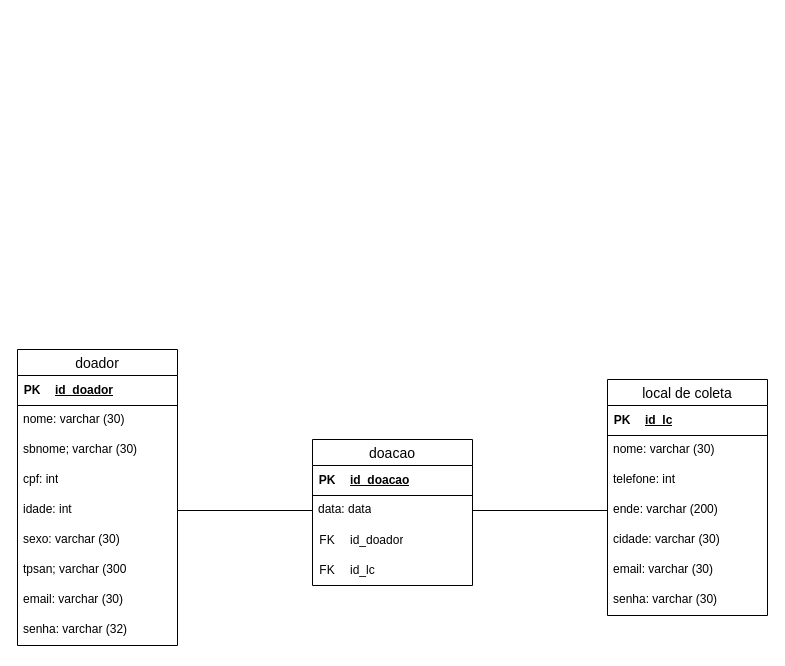
The draw.io diagram Diagrama Lógico.drawio in Aliel101/sistema-doacao-sangue, before the edit. Source tidied: cells renumbered, new cells numbered last; positions are measured from the earlier drawing's top-left corner, leaving out a move shared by most shapes. Both pictures are drawn from the tidied source at 100%, with x=0, y=0 at pixel (17, 349).
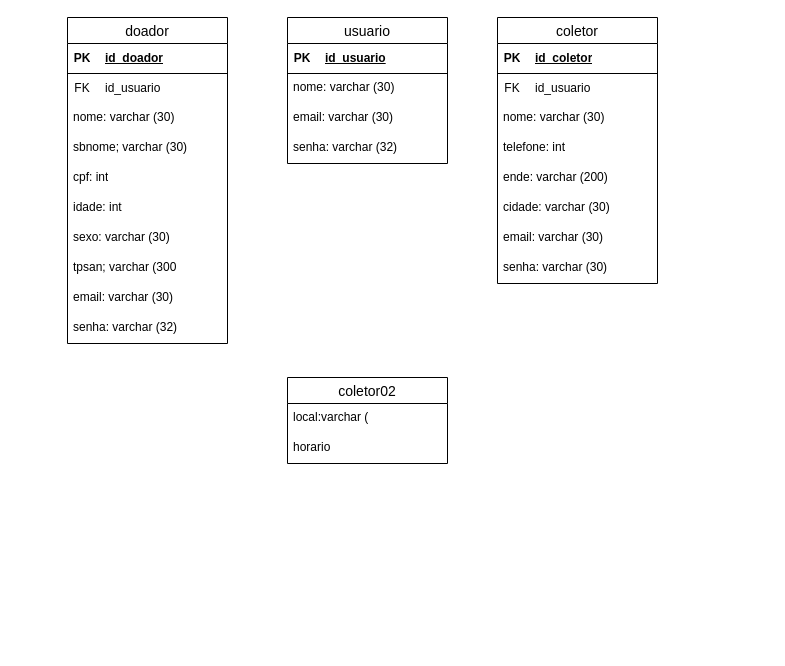
Above is the later version.

Unchanged cells that the change refers to:
```xml
<mxCell id="17" style="shape=tableRow;horizontal=0;startSize=0;swimlaneHead=0;swimlaneBody=0;fillColor=none;top=0;left=0;right=0;bottom=1;" parent="16" vertex="1">
  <mxGeometry width="160" height="30" as="geometry" />
</mxCell>
<mxCell id="28" style="shape=tableRow;horizontal=0;startSize=0;swimlaneHead=0;swimlaneBody=0;fillColor=none;top=0;left=0;right=0;bottom=1;" parent="27" vertex="1">
  <mxGeometry width="160" height="30" as="geometry" />
</mxCell>
```

Change to the diagram source:
```diff
@@
     <mxCell id="2" value="doador" style="swimlane;fontStyle=0;horizontal=1;startSize=26;align=center;fontSize=14;" parent="1" vertex="1">
-      <mxGeometry width="160" height="296" as="geometry" />
+      <mxGeometry x="50" y="-332" width="160" height="326" as="geometry" />
     </mxCell>
@@
+    <mxCell id="41" style="shape=table;startSize=0;childLayout=tableLayout;rowLines=0;fontStyle=0;align=center;strokeColor=none;fillColor=none;" parent="2" vertex="1">
+      <mxGeometry y="56" width="160" height="30" as="geometry" />
+    </mxCell>
+    <mxCell id="42" style="shape=tableRow;horizontal=0;startSize=0;swimlaneHead=0;swimlaneBody=0;fillColor=none;top=0;left=0;right=0;bottom=0;" parent="41" vertex="1">
+      <mxGeometry width="160" height="30" as="geometry" />
+    </mxCell>
+    <mxCell id="43" value="FK" style="shape=partialRectangle;fillColor=none;top=0;left=0;bottom=0;right=0;fontStyle=0;overflow=hidden;whiteSpace=wrap;html=1;" parent="42" vertex="1">
+      <mxGeometry width="30" height="30" as="geometry" />
+    </mxCell>
+    <mxCell id="44" value="id_usuario" style="shape=partialRectangle;fillColor=none;top=0;left=0;bottom=0;right=0;align=left;spacingLeft=6;fontStyle=0;overflow=hidden;whiteSpace=wrap;html=1;" parent="42" vertex="1">
+      <mxGeometry x="30" width="130" height="30" as="geometry" />
+    </mxCell>
     <mxCell id="7" value="nome: varchar (30)" style="text;strokeColor=none;fillColor=none;spacingLeft=4;spacingRight=4;overflow=hidden;fontSize=12;whiteSpace=wrap;html=1;" parent="2" vertex="1">
-      <mxGeometry y="56" width="160" height="30" as="geometry" />
+      <mxGeometry y="86" width="160" height="30" as="geometry" />
     </mxCell>
     <mxCell id="8" value="sbnome; varchar (30)" style="text;strokeColor=none;fillColor=none;spacingLeft=4;spacingRight=4;overflow=hidden;fontSize=12;whiteSpace=wrap;html=1;" parent="2" vertex="1">
-      <mxGeometry y="86" width="160" height="30" as="geometry" />
+      <mxGeometry y="116" width="160" height="30" as="geometry" />
     </mxCell>
     <mxCell id="9" value="cpf: int" style="text;strokeColor=none;fillColor=none;spacingLeft=4;spacingRight=4;overflow=hidden;fontSize=12;whiteSpace=wrap;html=1;" parent="2" vertex="1">
-      <mxGeometry y="116" width="160" height="30" as="geometry" />
+      <mxGeometry y="146" width="160" height="30" as="geometry" />
     </mxCell>
     <mxCell id="10" value="idade: int" style="text;strokeColor=none;fillColor=none;spacingLeft=4;spacingRight=4;overflow=hidden;points=[[0,0.5],[1,0.5]];portConstraint=eastwest;fontSize=12;whiteSpace=wrap;html=1;" parent="2" vertex="1">
-      <mxGeometry y="146" width="160" height="30" as="geometry" />
+      <mxGeometry y="176" width="160" height="30" as="geometry" />
     </mxCell>
     <mxCell id="11" value="sexo: varchar (30)" style="text;strokeColor=none;fillColor=none;spacingLeft=4;spacingRight=4;overflow=hidden;fontSize=12;whiteSpace=wrap;html=1;" parent="2" vertex="1">
-      <mxGeometry y="176" width="160" height="30" as="geometry" />
+      <mxGeometry y="206" width="160" height="30" as="geometry" />
     </mxCell>
     <mxCell id="12" value="tpsan; varchar (300" style="text;strokeColor=none;fillColor=none;spacingLeft=4;spacingRight=4;overflow=hidden;fontSize=12;whiteSpace=wrap;html=1;" parent="2" vertex="1">
-      <mxGeometry y="206" width="160" height="30" as="geometry" />
+      <mxGeometry y="236" width="160" height="30" as="geometry" />
     </mxCell>
     <mxCell id="13" value="email: varchar (30)" style="text;strokeColor=none;fillColor=none;spacingLeft=4;spacingRight=4;overflow=hidden;fontSize=12;whiteSpace=wrap;html=1;" parent="2" vertex="1">
-      <mxGeometry y="236" width="160" height="30" as="geometry" />
+      <mxGeometry y="266" width="160" height="30" as="geometry" />
     </mxCell>
     <mxCell id="14" value="senha: varchar (32)" style="text;strokeColor=none;fillColor=none;spacingLeft=4;spacingRight=4;overflow=hidden;fontSize=12;whiteSpace=wrap;html=1;" parent="2" vertex="1">
-      <mxGeometry y="266" width="160" height="30" as="geometry" />
+      <mxGeometry y="296" width="160" height="30" as="geometry" />
     </mxCell>
-    <mxCell id="15" value="local de coleta" style="swimlane;fontStyle=0;horizontal=1;startSize=26;align=center;fontSize=14;" parent="1" vertex="1">
-      <mxGeometry x="590" y="30" width="160" height="236" as="geometry" />
+    <mxCell id="15" value="coletor" style="swimlane;fontStyle=0;horizontal=1;startSize=26;align=center;fontSize=14;" parent="1" vertex="1">
+      <mxGeometry x="480" y="-332" width="160" height="266" as="geometry" />
     </mxCell>
@@
-    <mxCell id="19" value="id_lc" style="shape=partialRectangle;fillColor=none;top=0;left=0;bottom=0;right=0;align=left;spacingLeft=6;fontStyle=5;overflow=hidden;whiteSpace=wrap;html=1;" parent="17" vertex="1">
+    <mxCell id="19" value="id_coletor" style="shape=partialRectangle;fillColor=none;top=0;left=0;bottom=0;right=0;align=left;spacingLeft=6;fontStyle=5;overflow=hidden;whiteSpace=wrap;html=1;" parent="17" vertex="1">
       <mxGeometry x="30" width="130" height="30" as="geometry" />
     </mxCell>
+    <mxCell id="45" style="shape=table;startSize=0;childLayout=tableLayout;rowLines=0;fontStyle=0;align=center;strokeColor=none;fillColor=none;" parent="15" vertex="1">
+      <mxGeometry y="56" width="160" height="30" as="geometry" />
+    </mxCell>
+    <mxCell id="46" style="shape=tableRow;horizontal=0;startSize=0;swimlaneHead=0;swimlaneBody=0;fillColor=none;top=0;left=0;right=0;bottom=0;" parent="45" vertex="1">
+      <mxGeometry width="160" height="30" as="geometry" />
+    </mxCell>
+    <mxCell id="47" value="FK" style="shape=partialRectangle;fillColor=none;top=0;left=0;bottom=0;right=0;fontStyle=0;overflow=hidden;whiteSpace=wrap;html=1;" parent="46" vertex="1">
+      <mxGeometry width="30" height="30" as="geometry" />
+    </mxCell>
+    <mxCell id="48" value="id_usuario" style="shape=partialRectangle;fillColor=none;top=0;left=0;bottom=0;right=0;align=left;spacingLeft=6;fontStyle=0;overflow=hidden;whiteSpace=wrap;html=1;" parent="46" vertex="1">
+      <mxGeometry x="30" width="130" height="30" as="geometry" />
+    </mxCell>
     <mxCell id="20" value="nome: varchar (30)" style="text;strokeColor=none;fillColor=none;spacingLeft=4;spacingRight=4;overflow=hidden;fontSize=12;whiteSpace=wrap;html=1;" parent="15" vertex="1">
-      <mxGeometry y="56" width="160" height="30" as="geometry" />
+      <mxGeometry y="86" width="160" height="30" as="geometry" />
     </mxCell>
     <mxCell id="21" value="telefone: int" style="text;strokeColor=none;fillColor=none;spacingLeft=4;spacingRight=4;overflow=hidden;fontSize=12;whiteSpace=wrap;html=1;" parent="15" vertex="1">
-      <mxGeometry y="86" width="160" height="30" as="geometry" />
+      <mxGeometry y="116" width="160" height="30" as="geometry" />
     </mxCell>
     <mxCell id="22" value="ende: varchar (200)" style="text;strokeColor=none;fillColor=none;spacingLeft=4;spacingRight=4;overflow=hidden;points=[[0,0.5],[1,0.5]];portConstraint=eastwest;fontSize=12;whiteSpace=wrap;html=1;" parent="15" vertex="1">
-      <mxGeometry y="116" width="160" height="30" as="geometry" />
+      <mxGeometry y="146" width="160" height="30" as="geometry" />
     </mxCell>
     <mxCell id="23" value="cidade: varchar (30)" style="text;strokeColor=none;fillColor=none;spacingLeft=4;spacingRight=4;overflow=hidden;fontSize=12;whiteSpace=wrap;html=1;" parent="15" vertex="1">
-      <mxGeometry y="146" width="160" height="30" as="geometry" />
+      <mxGeometry y="176" width="160" height="30" as="geometry" />
     </mxCell>
     <mxCell id="24" value="email: varchar (30)" style="text;strokeColor=none;fillColor=none;spacingLeft=4;spacingRight=4;overflow=hidden;fontSize=12;whiteSpace=wrap;html=1;" parent="15" vertex="1">
-      <mxGeometry y="176" width="160" height="30" as="geometry" />
+      <mxGeometry y="206" width="160" height="30" as="geometry" />
     </mxCell>
     <mxCell id="25" value="senha: varchar (30)" style="text;strokeColor=none;fillColor=none;spacingLeft=4;spacingRight=4;overflow=hidden;fontSize=12;whiteSpace=wrap;html=1;" parent="15" vertex="1">
-      <mxGeometry y="206" width="160" height="30" as="geometry" />
+      <mxGeometry y="236" width="160" height="30" as="geometry" />
     </mxCell>
-    <mxCell id="26" value="doacao" style="swimlane;fontStyle=0;horizontal=1;startSize=26;align=center;fontSize=14;" parent="1" vertex="1">
-      <mxGeometry x="295" y="90" width="160" height="146" as="geometry" />
-    </mxCell>
+    <mxCell id="49" value="usuario" style="swimlane;fontStyle=0;horizontal=1;startSize=26;align=center;fontSize=14;" parent="1" vertex="1">
+      <mxGeometry x="270" y="-332" width="160" height="146" as="geometry" />
+    </mxCell>
-    <mxCell id="27" style="shape=table;startSize=0;childLayout=tableLayout;rowLines=0;fontStyle=0;align=center;strokeColor=none;fillColor=none;" parent="26" vertex="1">
+    <mxCell id="27" style="shape=table;startSize=0;childLayout=tableLayout;rowLines=0;fontStyle=0;align=center;strokeColor=none;fillColor=none;" parent="49" vertex="1">
       <mxGeometry y="26" width="160" height="30" as="geometry" />
     </mxCell>
@@
-    <mxCell id="30" value="id_doacao" style="shape=partialRectangle;fillColor=none;top=0;left=0;bottom=0;right=0;align=left;spacingLeft=6;fontStyle=5;overflow=hidden;whiteSpace=wrap;html=1;" parent="28" vertex="1">
-      <mxGeometry x="30" width="130" height="30" as="geometry" />
-    </mxCell>
-    <mxCell id="31" value="data: data" style="text;strokeColor=none;fillColor=none;spacingLeft=4;spacingRight=4;overflow=hidden;points=[[0,0.5],[1,0.5]];portConstraint=eastwest;fontSize=12;whiteSpace=wrap;html=1;" parent="26" vertex="1">
-      <mxGeometry y="56" width="160" height="30" as="geometry" />
-    </mxCell>
-    <mxCell id="32" style="shape=table;startSize=0;childLayout=tableLayout;rowLines=0;fontStyle=0;align=center;strokeColor=none;fillColor=none;" parent="26" vertex="1">
-      <mxGeometry y="86" width="160" height="60" as="geometry" />
-    </mxCell>
-    <mxCell id="33" style="shape=tableRow;horizontal=0;startSize=0;swimlaneHead=0;swimlaneBody=0;fillColor=none;top=0;left=0;right=0;bottom=0;" parent="32" vertex="1">
-      <mxGeometry width="160" height="30" as="geometry" />
-    </mxCell>
-    <mxCell id="34" value="FK" style="shape=partialRectangle;fillColor=none;top=0;left=0;bottom=0;right=0;fontStyle=0;overflow=hidden;whiteSpace=wrap;html=1;" parent="33" vertex="1">
-      <mxGeometry width="30" height="30" as="geometry" />
-    </mxCell>
-    <mxCell id="35" value="id_doador" style="shape=partialRectangle;fillColor=none;top=0;left=0;bottom=0;right=0;align=left;spacingLeft=6;fontStyle=0;overflow=hidden;whiteSpace=wrap;html=1;" parent="33" vertex="1">
-      <mxGeometry x="30" width="130" height="30" as="geometry" />
-    </mxCell>
-    <mxCell id="36" style="shape=tableRow;horizontal=0;startSize=0;swimlaneHead=0;swimlaneBody=0;fillColor=none;top=0;left=0;right=0;bottom=0;" parent="32" vertex="1">
-      <mxGeometry y="30" width="160" height="30" as="geometry" />
-    </mxCell>
-    <mxCell id="37" value="FK" style="shape=partialRectangle;fillColor=none;top=0;left=0;bottom=0;right=0;fontStyle=0;overflow=hidden;whiteSpace=wrap;html=1;" parent="36" vertex="1">
-      <mxGeometry width="30" height="30" as="geometry" />
-    </mxCell>
-    <mxCell id="38" value="id_lc" style="shape=partialRectangle;fillColor=none;top=0;left=0;bottom=0;right=0;align=left;spacingLeft=6;fontStyle=0;overflow=hidden;whiteSpace=wrap;html=1;" parent="36" vertex="1">
-      <mxGeometry x="30" width="130" height="30" as="geometry" />
-    </mxCell>
-    <mxCell id="39" style="edgeStyle=orthogonalEdgeStyle;rounded=0;jettySize=auto;html=1;exitX=1;exitY=0.5;exitDx=0;exitDy=0;entryX=0;entryY=0.5;entryDx=0;entryDy=0;endArrow=none;endFill=0;" parent="1" edge="1" source="10" target="31">
-      <mxGeometry relative="1" as="geometry" />
-    </mxCell>
-    <mxCell id="40" style="edgeStyle=orthogonalEdgeStyle;rounded=0;jettySize=auto;html=1;exitX=1;exitY=0.5;exitDx=0;exitDy=0;entryX=0;entryY=0.5;entryDx=0;entryDy=0;endArrow=none;endFill=0;" parent="1" edge="1" source="31" target="22">
-      <mxGeometry relative="1" as="geometry" />
-    </mxCell>
+    <mxCell id="50" value="id_usuario" style="shape=partialRectangle;fillColor=none;top=0;left=0;bottom=0;right=0;align=left;spacingLeft=6;fontStyle=5;overflow=hidden;whiteSpace=wrap;html=1;" parent="28" vertex="1">
+      <mxGeometry x="30" width="130" height="30" as="geometry" />
+    </mxCell>
+    <mxCell id="51" value="nome: varchar (30)" style="text;strokeColor=none;fillColor=none;spacingLeft=4;spacingRight=4;overflow=hidden;fontSize=12;whiteSpace=wrap;html=1;" parent="49" vertex="1">
+      <mxGeometry y="56" width="160" height="30" as="geometry" />
+    </mxCell>
+    <mxCell id="52" value="email: varchar (30)" style="text;strokeColor=none;fillColor=none;spacingLeft=4;spacingRight=4;overflow=hidden;fontSize=12;whiteSpace=wrap;html=1;" parent="49" vertex="1">
+      <mxGeometry y="86" width="160" height="30" as="geometry" />
+    </mxCell>
+    <mxCell id="53" value="senha: varchar (32)" style="text;strokeColor=none;fillColor=none;spacingLeft=4;spacingRight=4;overflow=hidden;fontSize=12;whiteSpace=wrap;html=1;" parent="49" vertex="1">
+      <mxGeometry y="116" width="160" height="30" as="geometry" />
+    </mxCell>
+    <mxCell id="54" value="coletor02" style="swimlane;fontStyle=0;horizontal=1;startSize=26;align=center;fontSize=14;" parent="1" vertex="1">
+      <mxGeometry x="270" y="28" width="160" height="86" as="geometry" />
+    </mxCell>
+    <mxCell id="55" value="local:varchar (" style="text;strokeColor=none;fillColor=none;spacingLeft=4;spacingRight=4;overflow=hidden;fontSize=12;whiteSpace=wrap;html=1;" parent="54" vertex="1">
+      <mxGeometry y="26" width="160" height="30" as="geometry" />
+    </mxCell>
+    <mxCell id="56" value="horario" style="text;strokeColor=none;fillColor=none;spacingLeft=4;spacingRight=4;overflow=hidden;fontSize=12;whiteSpace=wrap;html=1;" parent="54" vertex="1">
+      <mxGeometry y="56" width="160" height="30" as="geometry" />
+    </mxCell>
```
